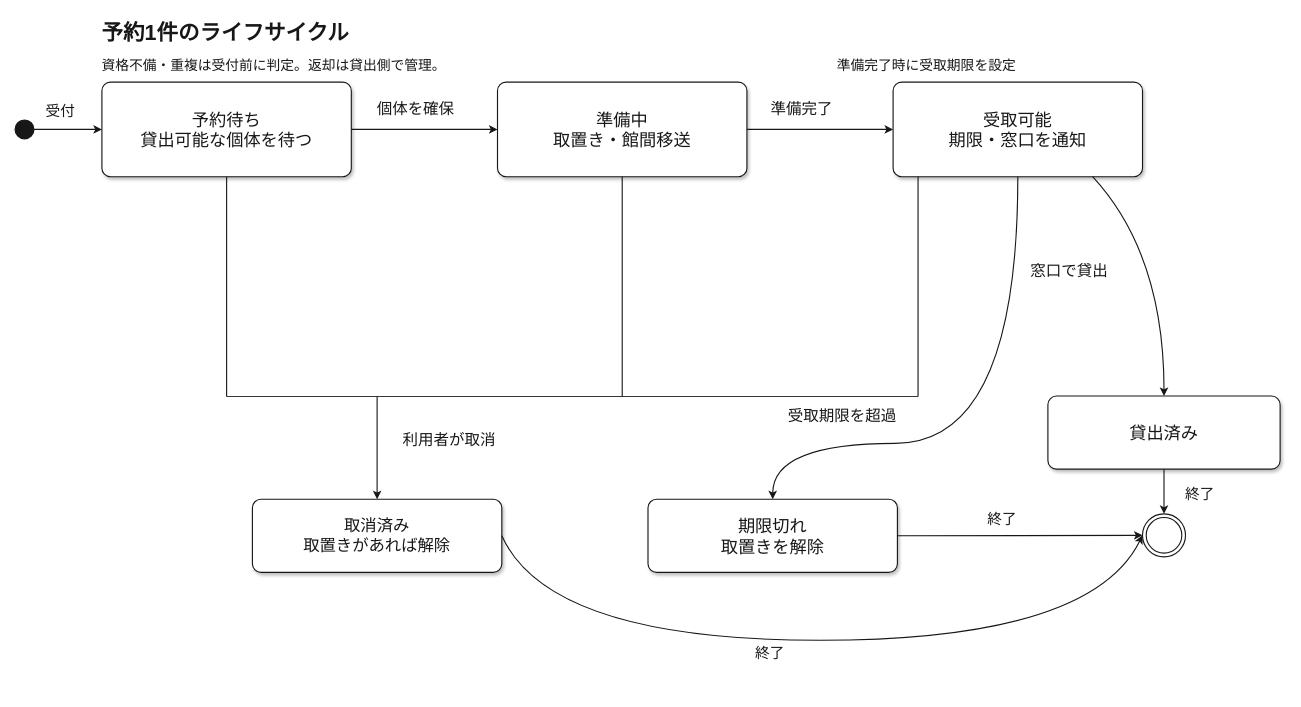
Above: page "状態遷移図" (4 of 21) of samples/diagram-gallery.drawio in sakikuroe/marp-template-kit (draw.io), before the change. Source tidied: cells renumbered, new cells numbered last; positions are measured from the earlier drawing's top-left corner, leaving out a move shared by most shapes. Both pictures are drawn from the tidied source at 86%, with x=0, y=0 at pixel (15, 15).
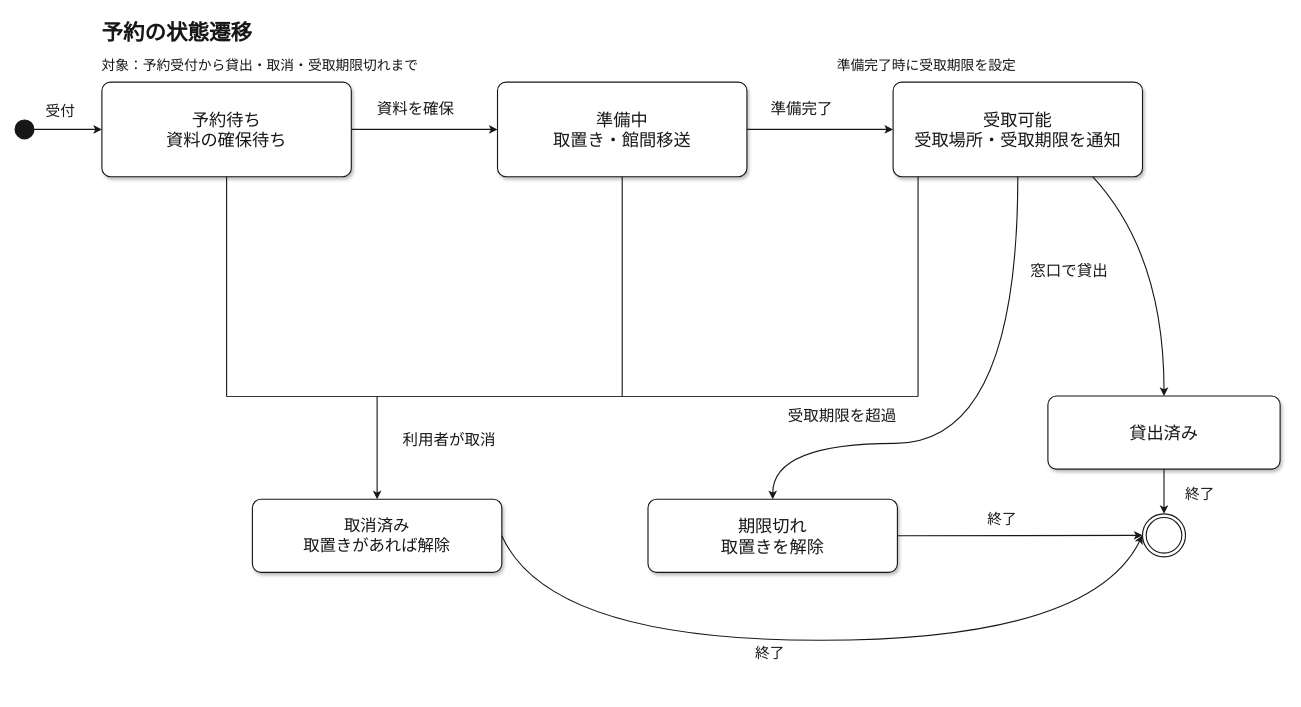
Above is the later version.

What changed in the source:
```diff
@@
-    <mxCell id="3" value="予約待ち&#10;貸出可能な個体を待つ" style="rounded=1;absoluteArcSize=1;arcSize=20;shadow=1;whiteSpace=wrap;html=0;fillColor=#ffffff;strokeColor=#171717;strokeWidth=1.3;fontFamily=GenEi M Gothic v2 Medium;fontColor=#171717;fontSize=20;" parent="1" vertex="1">
+    <mxCell id="3" value="予約待ち&#10;資料の確保待ち" style="rounded=1;absoluteArcSize=1;arcSize=20;shadow=1;whiteSpace=wrap;html=0;fillColor=#ffffff;strokeColor=#171717;strokeWidth=1.3;fontFamily=GenEi M Gothic v2 Medium;fontColor=#171717;fontSize=20;" parent="1" vertex="1">
       <mxGeometry x="101" y="78" width="290" height="110" as="geometry" />
     </mxCell>
@@
-    <mxCell id="5" value="受取可能&#10;期限・窓口を通知" style="rounded=1;absoluteArcSize=1;arcSize=20;shadow=1;whiteSpace=wrap;html=0;fillColor=#ffffff;strokeColor=#171717;strokeWidth=1.3;fontFamily=GenEi M Gothic v2 Medium;fontColor=#171717;fontSize=20;" parent="1" vertex="1">
+    <mxCell id="5" value="受取可能&#10;受取場所・受取期限を通知" style="rounded=1;absoluteArcSize=1;arcSize=20;shadow=1;whiteSpace=wrap;html=0;fillColor=#ffffff;strokeColor=#171717;strokeWidth=1.3;fontFamily=GenEi M Gothic v2 Medium;fontColor=#171717;fontSize=20;" parent="1" vertex="1">
       <mxGeometry x="1021" y="78" width="290" height="110" as="geometry" />
     </mxCell>
@@
-    <mxCell id="13" value="個体を確保" style="text;html=0;whiteSpace=wrap;verticalAlign=top;align=left;spacing=0;fontFamily=GenEi M Gothic v2 Medium;fontColor=#171717;fontSize=18;" parent="1" vertex="1">
+    <mxCell id="13" value="資料を確保" style="text;html=0;whiteSpace=wrap;verticalAlign=top;align=left;spacing=0;fontFamily=GenEi M Gothic v2 Medium;fontColor=#171717;fontSize=18;" parent="1" vertex="1">
       <mxGeometry x="421" y="95" width="125" height="60" as="geometry" />
     </mxCell>
@@
-    <mxCell id="32" value="予約1件のライフサイクル" style="text;html=0;whiteSpace=wrap;verticalAlign=top;align=left;spacing=0;fillColor=none;strokeColor=none;fontFamily=GenEi M Gothic v2 Medium;fontColor=#171717;fontSize=25;fontFamily=GenEi M Gothic v2;fontStyle=1;" parent="1" vertex="1">
+    <mxCell id="32" value="予約の状態遷移" style="text;html=0;whiteSpace=wrap;verticalAlign=top;align=left;spacing=0;fillColor=none;strokeColor=none;fontFamily=GenEi M Gothic v2 Medium;fontColor=#171717;fontSize=25;fontFamily=GenEi M Gothic v2;fontStyle=1;" parent="1" vertex="1">
       <mxGeometry x="101" width="700" height="40" as="geometry" />
     </mxCell>
@@
-    <mxCell id="34" value="資格不備・重複は受付前に判定。返却は貸出側で管理。" style="text;html=0;whiteSpace=wrap;verticalAlign=top;align=left;spacing=0;fillColor=none;strokeColor=none;fontFamily=GenEi M Gothic v2 Medium;fontColor=#171717;fontSize=16;" parent="1" vertex="1">
+    <mxCell id="34" value="対象：予約受付から貸出・取消・受取期限切れまで" style="text;html=0;whiteSpace=wrap;verticalAlign=top;align=left;spacing=0;fillColor=none;strokeColor=none;fontFamily=GenEi M Gothic v2 Medium;fontColor=#171717;fontSize=16;" parent="1" vertex="1">
       <mxGeometry x="101" y="44" width="800" height="28" as="geometry" />
     </mxCell>
```
